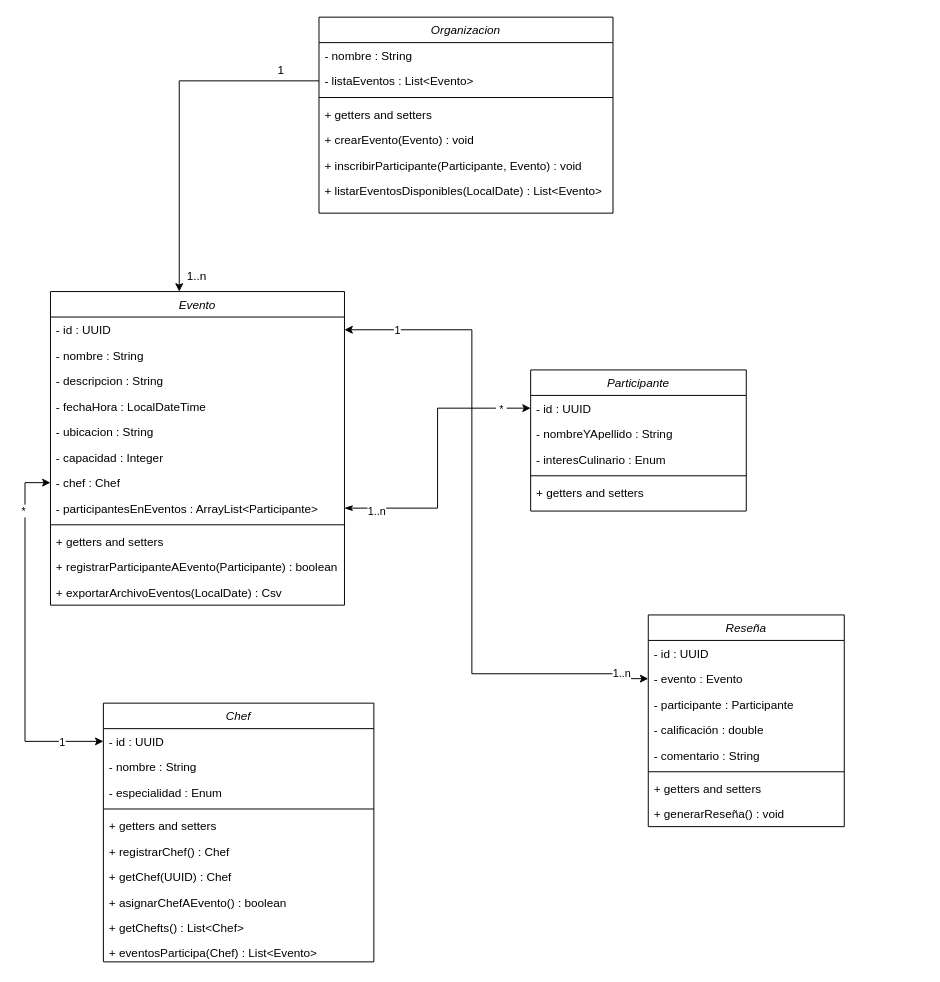
Before: diagrama/tpi.drawio in pablogiordanog/TPI_Java_2024, a draw.io diagram. Source tidied: cells renumbered, new cells numbered last; positions are measured from the earlier drawing's top-left corner, leaving out a move shared by most shapes. Both pictures are drawn from the tidied source at 98%, with x=0, y=0 at pixel (24, 17).
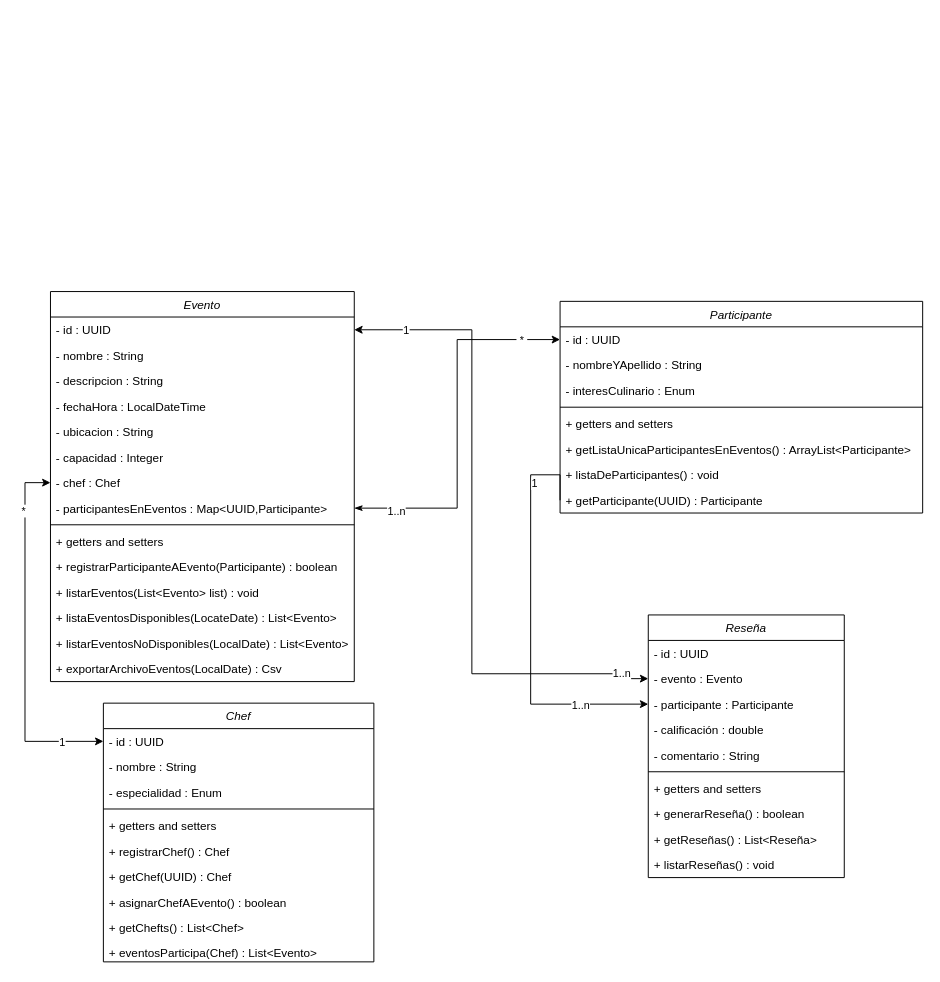
After the change.

Commit message (it also covers changes not shown here):
Actualice el diagrama

Unchanged cells that the change refers to:
```xml
<mxCell id="35" value="- participante : Participante" style="text;align=left;verticalAlign=top;spacingLeft=4;spacingRight=4;overflow=hidden;points=[[0,0.5],[1,0.5]];portConstraint=eastwest;" parent="32" vertex="1">
  <mxGeometry y="78" width="200" height="26" as="geometry" />
</mxCell>
```

What changed in the source:
```diff
@@
     <mxCell id="13" value="Evento" style="swimlane;fontStyle=2;align=center;verticalAlign=top;horizontal=1;startSize=26;rounded=0;shadow=0;strokeWidth=1;" parent="1" vertex="1">
-      <mxGeometry x="26" y="280" width="300" height="320" as="geometry" />
+      <mxGeometry x="26" y="280" width="310" height="398" as="geometry" />
     </mxCell>
     <mxCell id="14" value="- id : UUID" style="text;align=left;verticalAlign=top;spacingLeft=4;spacingRight=4;overflow=hidden;points=[[0,0.5],[1,0.5]];portConstraint=eastwest;" parent="13" vertex="1">
-      <mxGeometry y="26" width="300" height="26" as="geometry" />
+      <mxGeometry y="26" width="310" height="26" as="geometry" />
     </mxCell>
     <mxCell id="15" value="- nombre : String" style="text;align=left;verticalAlign=top;spacingLeft=4;spacingRight=4;overflow=hidden;" parent="13" vertex="1">
-      <mxGeometry y="52" width="300" height="26" as="geometry" />
+      <mxGeometry y="52" width="310" height="26" as="geometry" />
     </mxCell>
     <mxCell id="16" value="- descripcion : String" style="text;align=left;verticalAlign=top;spacingLeft=4;spacingRight=4;overflow=hidden;" parent="13" vertex="1">
-      <mxGeometry y="78" width="300" height="26" as="geometry" />
+      <mxGeometry y="78" width="310" height="26" as="geometry" />
     </mxCell>
     <mxCell id="17" value="- fechaHora : LocalDateTime" style="text;align=left;verticalAlign=top;spacingLeft=4;spacingRight=4;overflow=hidden;" parent="13" vertex="1">
-      <mxGeometry y="104" width="300" height="26" as="geometry" />
+      <mxGeometry y="104" width="310" height="26" as="geometry" />
     </mxCell>
     <mxCell id="18" value="- ubicacion : String" style="text;align=left;verticalAlign=top;spacingLeft=4;spacingRight=4;overflow=hidden;" parent="13" vertex="1">
-      <mxGeometry y="130" width="300" height="26" as="geometry" />
+      <mxGeometry y="130" width="310" height="26" as="geometry" />
     </mxCell>
     <mxCell id="19" value="- capacidad : Integer" style="text;align=left;verticalAlign=top;spacingLeft=4;spacingRight=4;overflow=hidden;" parent="13" vertex="1">
-      <mxGeometry y="156" width="300" height="26" as="geometry" />
+      <mxGeometry y="156" width="310" height="26" as="geometry" />
     </mxCell>
     <mxCell id="20" value="- chef : Chef" style="text;align=left;verticalAlign=top;spacingLeft=4;spacingRight=4;overflow=hidden;points=[[0,0.5],[1,0.5]];portConstraint=eastwest;" parent="13" vertex="1">
-      <mxGeometry y="182" width="300" height="26" as="geometry" />
+      <mxGeometry y="182" width="310" height="26" as="geometry" />
     </mxCell>
-    <mxCell id="21" value="- participantesEnEventos : ArrayList&lt;Participante&gt;" style="text;align=left;verticalAlign=top;spacingLeft=4;spacingRight=4;overflow=hidden;points=[[0,0.5],[1,0.5]];portConstraint=eastwest;" parent="13" vertex="1">
-      <mxGeometry y="208" width="300" height="26" as="geometry" />
+    <mxCell id="21" value="- participantesEnEventos : Map&lt;UUID,Participante&gt;" style="text;align=left;verticalAlign=top;spacingLeft=4;spacingRight=4;overflow=hidden;points=[[0,0.5],[1,0.5]];portConstraint=eastwest;" parent="13" vertex="1">
+      <mxGeometry y="208" width="310" height="26" as="geometry" />
     </mxCell>
     <mxCell id="22" style="line;html=1;strokeWidth=1;align=left;verticalAlign=middle;spacingTop=-1;spacingLeft=3;spacingRight=3;labelPosition=right;" parent="13" vertex="1">
-      <mxGeometry y="234" width="300" height="8" as="geometry" />
+      <mxGeometry y="234" width="310" height="8" as="geometry" />
     </mxCell>
     <mxCell id="23" value="+ getters and setters" style="text;align=left;verticalAlign=top;spacingLeft=4;spacingRight=4;overflow=hidden;" parent="13" vertex="1">
-      <mxGeometry y="242" width="300" height="26" as="geometry" />
+      <mxGeometry y="242" width="310" height="26" as="geometry" />
     </mxCell>
     <mxCell id="24" value="+ registrarParticipanteAEvento(Participante) : boolean" style="text;align=left;verticalAlign=top;spacingLeft=4;spacingRight=4;overflow=hidden;" parent="13" vertex="1">
-      <mxGeometry y="268" width="300" height="26" as="geometry" />
+      <mxGeometry y="268" width="310" height="26" as="geometry" />
     </mxCell>
+    <mxCell id="61" value="+ listarEventos(List&lt;Evento&gt; list) : void" style="text;align=left;verticalAlign=top;spacingLeft=4;spacingRight=4;overflow=hidden;" parent="13" vertex="1">
+      <mxGeometry y="294" width="310" height="26" as="geometry" />
+    </mxCell>
+    <mxCell id="62" value="+ listaEventosDisponibles(LocateDate) : List&lt;Evento&gt;" style="text;align=left;verticalAlign=top;spacingLeft=4;spacingRight=4;overflow=hidden;" parent="13" vertex="1">
+      <mxGeometry y="320" width="310" height="26" as="geometry" />
+    </mxCell>
+    <mxCell id="63" value="+ listarEventosNoDisponibles(LocalDate) : List&lt;Evento&gt;" style="text;align=left;verticalAlign=top;spacingLeft=4;spacingRight=4;overflow=hidden;" parent="13" vertex="1">
+      <mxGeometry y="346" width="310" height="26" as="geometry" />
+    </mxCell>
     <mxCell id="25" value="+ exportarArchivoEventos(LocalDate) : Csv" style="text;align=left;verticalAlign=top;spacingLeft=4;spacingRight=4;overflow=hidden;" parent="13" vertex="1">
-      <mxGeometry y="294" width="300" height="26" as="geometry" />
+      <mxGeometry y="372" width="310" height="26" as="geometry" />
     </mxCell>
     <mxCell id="26" value="Participante" style="swimlane;fontStyle=2;align=center;verticalAlign=top;horizontal=1;startSize=26;rounded=0;shadow=0;strokeWidth=1;" parent="1" vertex="1">
-      <mxGeometry x="516" y="360" width="220" height="144" as="geometry" />
+      <mxGeometry x="546" y="290" width="370" height="216" as="geometry" />
     </mxCell>
     <mxCell id="27" value="- id : UUID" style="text;align=left;verticalAlign=top;spacingLeft=4;spacingRight=4;overflow=hidden;points=[[0,0.5],[1,0.5]];portConstraint=eastwest;" parent="26" vertex="1">
-      <mxGeometry y="26" width="220" height="26" as="geometry" />
+      <mxGeometry y="26" width="370" height="26" as="geometry" />
     </mxCell>
     <mxCell id="28" value="- nombreYApellido : String" style="text;align=left;verticalAlign=top;spacingLeft=4;spacingRight=4;overflow=hidden;" parent="26" vertex="1">
-      <mxGeometry y="52" width="220" height="26" as="geometry" />
+      <mxGeometry y="52" width="370" height="26" as="geometry" />
     </mxCell>
     <mxCell id="29" value="- interesCulinario : Enum" style="text;align=left;verticalAlign=top;spacingLeft=4;spacingRight=4;overflow=hidden;" parent="26" vertex="1">
-      <mxGeometry y="78" width="220" height="26" as="geometry" />
+      <mxGeometry y="78" width="370" height="26" as="geometry" />
     </mxCell>
     <mxCell id="30" style="line;html=1;strokeWidth=1;align=left;verticalAlign=middle;spacingTop=-1;spacingLeft=3;spacingRight=3;labelPosition=right;" parent="26" vertex="1">
-      <mxGeometry y="104" width="220" height="8" as="geometry" />
+      <mxGeometry y="104" width="370" height="8" as="geometry" />
     </mxCell>
     <mxCell id="31" value="+ getters and setters" style="text;align=left;verticalAlign=top;spacingLeft=4;spacingRight=4;overflow=hidden;" parent="26" vertex="1">
-      <mxGeometry y="112" width="220" height="26" as="geometry" />
+      <mxGeometry y="112" width="370" height="26" as="geometry" />
     </mxCell>
+    <mxCell id="64" value="+ getListaUnicaParticipantesEnEventos() : ArrayList&lt;Participante&gt;" style="text;align=left;verticalAlign=top;spacingLeft=4;spacingRight=4;overflow=hidden;" parent="26" vertex="1">
+      <mxGeometry y="138" width="370" height="26" as="geometry" />
+    </mxCell>
+    <mxCell id="65" value="+ listaDeParticipantes() : void" style="text;align=left;verticalAlign=top;spacingLeft=4;spacingRight=4;overflow=hidden;" parent="26" vertex="1">
+      <mxGeometry y="164" width="370" height="26" as="geometry" />
+    </mxCell>
+    <mxCell id="66" value="+ getParticipante(UUID) : Participante" style="text;align=left;verticalAlign=top;spacingLeft=4;spacingRight=4;overflow=hidden;points=[[0,0.5],[1,0.5]];portConstraint=eastwest;" parent="26" vertex="1">
+      <mxGeometry y="190" width="370" height="26" as="geometry" />
+    </mxCell>
     <mxCell id="32" value="Reseña" style="swimlane;fontStyle=2;align=center;verticalAlign=top;horizontal=1;startSize=26;rounded=0;shadow=0;strokeWidth=1;" parent="1" vertex="1">
-      <mxGeometry x="636" y="610" width="200" height="216" as="geometry" />
+      <mxGeometry x="636" y="610" width="200" height="268" as="geometry" />
     </mxCell>
@@
-    <mxCell id="40" value="+ generarReseña() : void" style="text;align=left;verticalAlign=top;spacingLeft=4;spacingRight=4;overflow=hidden;" parent="32" vertex="1">
+    <mxCell id="40" value="+ generarReseña() : boolean" style="text;align=left;verticalAlign=top;spacingLeft=4;spacingRight=4;overflow=hidden;" parent="32" vertex="1">
       <mxGeometry y="190" width="200" height="26" as="geometry" />
     </mxCell>
+    <mxCell id="67" value="+ getReseñas() : List&lt;Reseña&gt;" style="text;align=left;verticalAlign=top;spacingLeft=4;spacingRight=4;overflow=hidden;" parent="32" vertex="1">
+      <mxGeometry y="216" width="200" height="26" as="geometry" />
+    </mxCell>
+    <mxCell id="68" value="+ listarReseñas() : void" style="text;align=left;verticalAlign=top;spacingLeft=4;spacingRight=4;overflow=hidden;" parent="32" vertex="1">
+      <mxGeometry y="242" width="200" height="26" as="geometry" />
+    </mxCell>
@@
-    <mxCell id="44" value="Organizacion" style="swimlane;fontStyle=2;align=center;verticalAlign=top;horizontal=1;startSize=26;rounded=0;shadow=0;strokeWidth=1;" parent="1" vertex="1">
-      <mxGeometry x="300" width="300" height="200" as="geometry" />
-    </mxCell>
-    <mxCell id="45" value="- nombre : String" style="text;align=left;verticalAlign=top;spacingLeft=4;spacingRight=4;overflow=hidden;" parent="44" vertex="1">
-      <mxGeometry y="26" width="300" height="26" as="geometry" />
-    </mxCell>
-    <mxCell id="46" value="- listaEventos : List&lt;Evento&gt;" style="text;align=left;verticalAlign=top;spacingLeft=4;spacingRight=4;overflow=hidden;points=[[0,0.5],[1,0.5]];portConstraint=eastwest;" parent="44" vertex="1">
-      <mxGeometry y="52" width="300" height="26" as="geometry" />
-    </mxCell>
-    <mxCell id="47" style="line;html=1;strokeWidth=1;align=left;verticalAlign=middle;spacingTop=-1;spacingLeft=3;spacingRight=3;labelPosition=right;" parent="44" vertex="1">
-      <mxGeometry y="78" width="300" height="8" as="geometry" />
-    </mxCell>
-    <mxCell id="48" value="+ getters and setters" style="text;align=left;verticalAlign=top;spacingLeft=4;spacingRight=4;overflow=hidden;" parent="44" vertex="1">
-      <mxGeometry y="86" width="300" height="26" as="geometry" />
-    </mxCell>
-    <mxCell id="49" value="+ crearEvento(Evento) : void" style="text;align=left;verticalAlign=top;spacingLeft=4;spacingRight=4;overflow=hidden;" parent="44" vertex="1">
-      <mxGeometry y="112" width="300" height="26" as="geometry" />
-    </mxCell>
-    <mxCell id="50" value="+ inscribirParticipante(Participante, Evento) : void" style="text;align=left;verticalAlign=top;spacingLeft=4;spacingRight=4;overflow=hidden;" parent="44" vertex="1">
-      <mxGeometry y="138" width="300" height="26" as="geometry" />
-    </mxCell>
-    <mxCell id="51" value="+ listarEventosDisponibles(LocalDate) : List&lt;Evento&gt;" style="text;align=left;verticalAlign=top;spacingLeft=4;spacingRight=4;overflow=hidden;" parent="44" vertex="1">
-      <mxGeometry y="164" width="300" height="26" as="geometry" />
-    </mxCell>
-    <mxCell id="52" style="edgeStyle=orthogonalEdgeStyle;rounded=0;jettySize=auto;html=1;exitX=0;exitY=0.5;exitDx=0;exitDy=0;entryX=0.438;entryY=0;entryDx=0;entryDy=0;entryPerimeter=0;startArrow=none;startFill=0;" parent="1" edge="1" source="46" target="13">
-      <mxGeometry relative="1" as="geometry" />
-    </mxCell>
@@
-    <mxCell id="56" value="1" style="text;html=1;align=center;verticalAlign=middle;strokeColor=none;fillColor=none;" parent="1" vertex="1">
-      <mxGeometry x="246" y="40" width="30" height="30" as="geometry" />
-    </mxCell>
-    <mxCell id="57" value="1..n" style="text;html=1;align=center;verticalAlign=middle;strokeColor=none;fillColor=none;" parent="1" vertex="1">
-      <mxGeometry x="155" y="250" width="40" height="30" as="geometry" />
-    </mxCell>
@@
+    <mxCell id="69" style="edgeStyle=orthogonalEdgeStyle;rounded=0;jettySize=auto;html=1;exitX=0;exitY=0.5;exitDx=0;exitDy=0;" parent="1" edge="1" source="66" target="35">
+      <mxGeometry relative="1" as="geometry">
+        <Array as="points">
+          <mxPoint x="516" y="467" />
+          <mxPoint x="516" y="701" />
+        </Array>
+      </mxGeometry>
+    </mxCell>
+    <mxCell id="56" value="1" style="edgeLabel;html=1;align=center;verticalAlign=middle;" parent="69" vertex="1">
+      <mxGeometry x="-0.69" y="3" relative="1" as="geometry" />
+    </mxCell>
+    <mxCell id="57" value="1..n" style="edgeLabel;html=1;align=center;verticalAlign=middle;" parent="69" vertex="1">
+      <mxGeometry x="0.66" relative="1" as="geometry" />
+    </mxCell>
```
